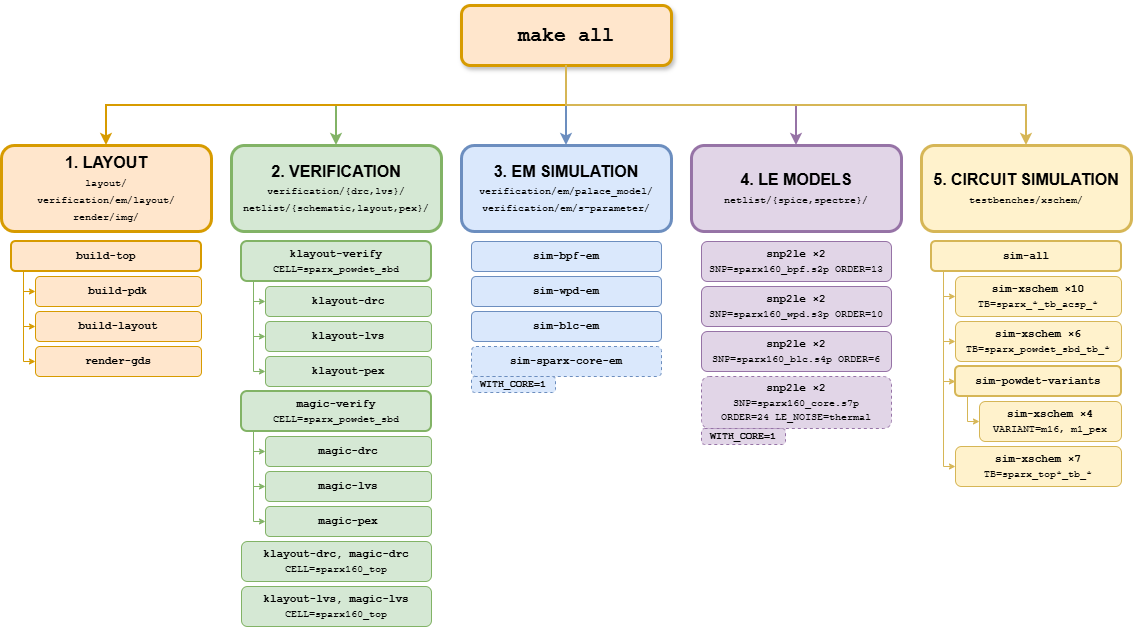
Before: doc/fig/targets_overview/targets_overview.png, a diagram exported from draw.io (MehreganB16/SG13CMOS_SPARX). Source tidied: cells renumbered, new cells last; positions are measured from the earlier drawing's top-left corner, leaving out a move shared by most shapes.
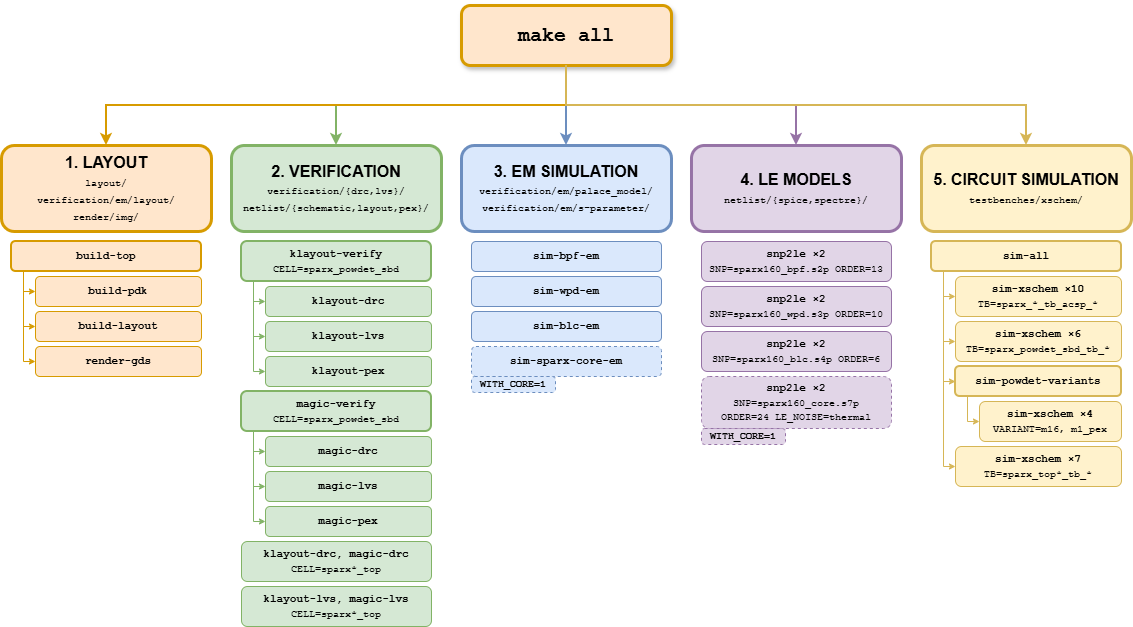
The same file after the commit.

Commit message:
updated `targets_overview/`

Diff of the diagram source:
```diff
@@ -47,10 +47,10 @@
     <mxCell id="16" value="&lt;font face=&quot;Courier New&quot; style=&quot;font-size: 11px;&quot;&gt;&lt;b&gt;magic-pex&lt;/b&gt;&lt;/font&gt;" style="rounded=1;whiteSpace=wrap;html=1;fontSize=11;fillColor=#d5e8d4;strokeColor=#82b366;strokeWidth=1;fontStyle=0;verticalAlign=middle;sketch=0;" parent="1" vertex="1">
       <mxGeometry x="264" y="501" width="166" height="30" as="geometry" />
     </mxCell>
-    <mxCell id="17" value="&lt;font face=&quot;Courier New&quot; style=&quot;font-size: 11px;&quot;&gt;&lt;b&gt;klayout-drc, magic-drc&lt;/b&gt;&lt;/font&gt;&lt;br&gt;&lt;font face=&quot;Courier New&quot; style=&quot;font-size: 10px;&quot;&gt;CELL=sparx160_top&lt;/font&gt;" style="rounded=1;whiteSpace=wrap;html=1;fontSize=11;fillColor=#d5e8d4;strokeColor=#82b366;strokeWidth=1;fontStyle=0;verticalAlign=middle;sketch=0;" parent="1" vertex="1">
+    <mxCell id="17" value="&lt;font face=&quot;Courier New&quot; style=&quot;font-size: 11px;&quot;&gt;&lt;b&gt;klayout-drc, magic-drc&lt;/b&gt;&lt;/font&gt;&lt;br&gt;&lt;font face=&quot;Courier New&quot; style=&quot;font-size: 10px;&quot;&gt;CELL=sparx*_top&lt;/font&gt;" style="rounded=1;whiteSpace=wrap;html=1;fontSize=11;fillColor=#d5e8d4;strokeColor=#82b366;strokeWidth=1;fontStyle=0;verticalAlign=middle;sketch=0;" parent="1" vertex="1">
       <mxGeometry x="240" y="536" width="190" height="40" as="geometry" />
     </mxCell>
-    <mxCell id="18" value="&lt;font face=&quot;Courier New&quot; style=&quot;font-size: 11px;&quot;&gt;&lt;b&gt;klayout-lvs, magic-lvs&lt;/b&gt;&lt;/font&gt;&lt;br&gt;&lt;font face=&quot;Courier New&quot; style=&quot;font-size: 10px;&quot;&gt;CELL=sparx160_top&lt;/font&gt;" style="rounded=1;whiteSpace=wrap;html=1;fontSize=11;fillColor=#d5e8d4;strokeColor=#82b366;strokeWidth=1;fontStyle=0;verticalAlign=middle;sketch=0;" parent="1" vertex="1">
+    <mxCell id="18" value="&lt;font face=&quot;Courier New&quot; style=&quot;font-size: 11px;&quot;&gt;&lt;b&gt;klayout-lvs, magic-lvs&lt;/b&gt;&lt;/font&gt;&lt;br&gt;&lt;font face=&quot;Courier New&quot; style=&quot;font-size: 10px;&quot;&gt;CELL=sparx*_top&lt;/font&gt;" style="rounded=1;whiteSpace=wrap;html=1;fontSize=11;fillColor=#d5e8d4;strokeColor=#82b366;strokeWidth=1;fontStyle=0;verticalAlign=middle;sketch=0;" parent="1" vertex="1">
       <mxGeometry x="240" y="581" width="190" height="40" as="geometry" />
     </mxCell>
     <mxCell id="19" value="&lt;b style=&quot;font-size: 16px;&quot;&gt;3. EM SIMULATION&lt;/b&gt;&lt;br&gt;&lt;font style=&quot;font-size: 10px;font-family: Courier New;&quot;&gt;verification/em/palace_model/&lt;br&gt;verification/em/s-parameter/&lt;/font&gt;" style="rounded=1;whiteSpace=wrap;html=1;fontSize=14;fillColor=#dae8fc;strokeColor=#6c8ebf;strokeWidth=3;fontStyle=0;verticalAlign=middle;sketch=0;" parent="1" vertex="1">
```
